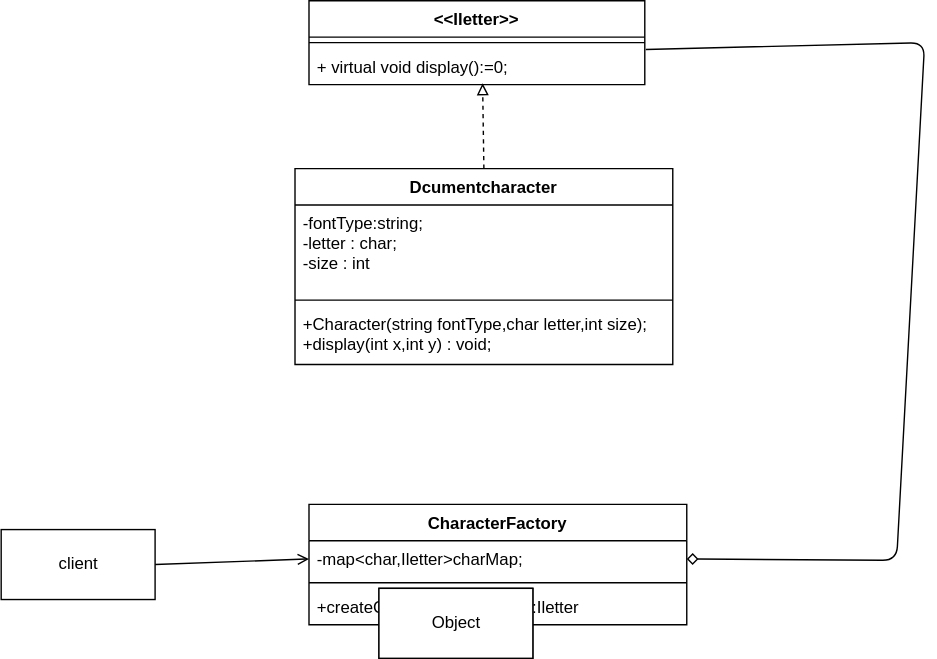
This is LLD/structural/flyweight/flyweight-uml.drawio.svg from Palritika1107/lld-oops-dump, a draw.io export, as it was before one commit. Source tidied: cells renumbered, new cells last; positions are measured from the earlier drawing's top-left corner, leaving out a move shared by most shapes.
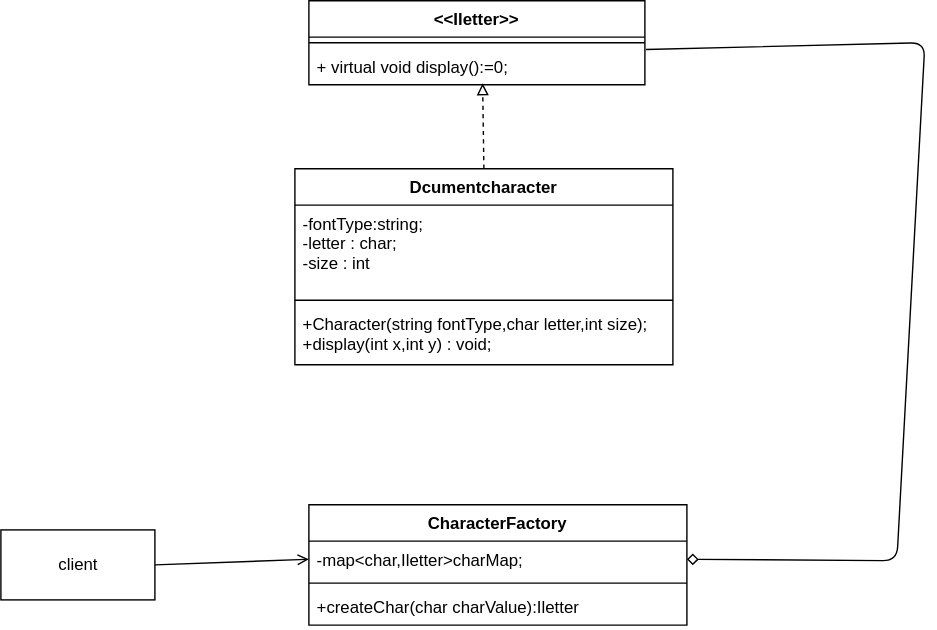
After the change.

Commit message:
flyweight code added

Change to the diagram source:
```diff
@@ -46,12 +46,6 @@
     <mxCell id="14" value="+createChar(char charValue):Iletter" style="text;strokeColor=none;fillColor=none;align=left;verticalAlign=top;spacingLeft=4;spacingRight=4;overflow=hidden;" parent="11" vertex="1">
       <mxGeometry y="60" width="270" height="26" as="geometry" />
     </mxCell>
-    <mxCell id="15" value="Object" style="html=1;" parent="1" vertex="1">
-      <mxGeometry x="270" y="420" width="110" height="50" as="geometry" />
-    </mxCell>
-    <mxCell id="16" value="Object" style="html=1;" parent="1" vertex="1">
-      <mxGeometry x="270" y="420" width="110" height="50" as="geometry" />
-    </mxCell>
     <mxCell id="17" style="edgeStyle=none;html=1;exitX=1;exitY=0.5;exitDx=0;exitDy=0;entryX=0;entryY=0.5;entryDx=0;entryDy=0;startArrow=none;startFill=0;endArrow=open;endFill=0;" parent="1" edge="1" source="18" target="12">
       <mxGeometry relative="1" as="geometry" />
     </mxCell>
```
